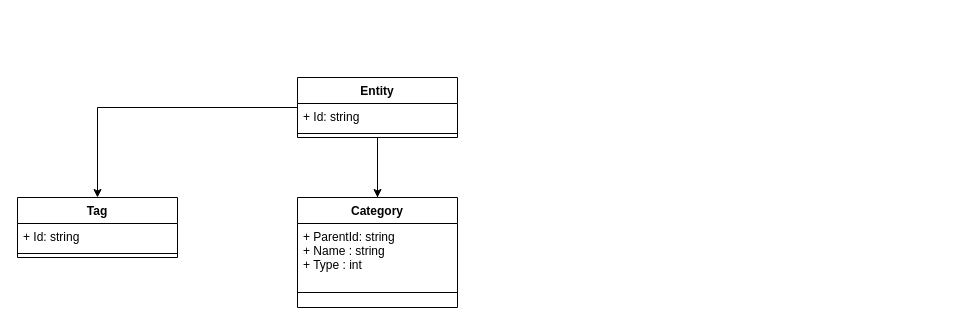
The draw.io diagram Untitled Diagram.drawio in KovalevichArtjom/rovensys, before the edit. Source tidied: cells renumbered, new cells numbered last; positions are measured from the earlier drawing's top-left corner, leaving out a move shared by most shapes. Both pictures are drawn from the tidied source at 100%, with x=0, y=0 at pixel (17, 77).
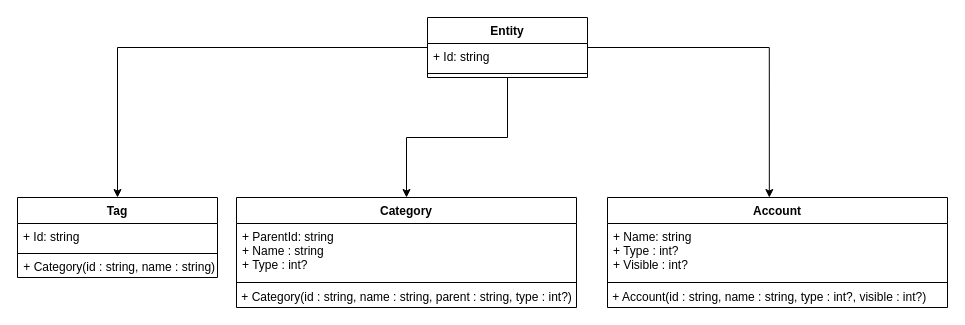
Above is the later version.

The edit, as a diff of the source:
```diff
@@
 <mxGraphModel>
   <root>
     <mxCell id="0" />
     <mxCell id="1" parent="0" />
     <mxCell id="2" style="edgeStyle=orthogonalEdgeStyle;rounded=0;jettySize=auto;html=1;" parent="1" edge="1" source="5" target="8">
       <mxGeometry relative="1" as="geometry" />
     </mxCell>
     <mxCell id="3" style="edgeStyle=orthogonalEdgeStyle;rounded=0;jettySize=auto;html=1;" parent="1" edge="1" source="5" target="11">
       <mxGeometry relative="1" as="geometry" />
     </mxCell>
-    <mxCell id="4" style="edgeStyle=orthogonalEdgeStyle;rounded=0;jettySize=auto;html=1;" parent="1" edge="1" source="5">
-      <mxGeometry relative="1" as="geometry">
-        <mxPoint x="360" y="140" as="targetPoint" />
-      </mxGeometry>
-    </mxCell>
+    <mxCell id="14" style="edgeStyle=orthogonalEdgeStyle;rounded=0;jettySize=auto;html=1;entryX=0.476;entryY=0;entryDx=0;entryDy=0;entryPerimeter=0;" parent="1" edge="1" source="5" target="17">
+      <mxGeometry relative="1" as="geometry" />
+    </mxCell>
     <mxCell id="5" value="Entity" style="swimlane;fontStyle=1;align=center;verticalAlign=top;horizontal=1;startSize=26;" parent="1" vertex="1">
-      <mxGeometry x="280" width="160" height="60" as="geometry" />
+      <mxGeometry x="410" y="-60" width="160" height="60" as="geometry" />
     </mxCell>
     <mxCell id="6" value="+ Id: string" style="text;strokeColor=none;fillColor=none;align=left;verticalAlign=top;spacingLeft=4;spacingRight=4;overflow=hidden;" parent="5" vertex="1">
       <mxGeometry y="26" width="160" height="26" as="geometry" />
     </mxCell>
     <mxCell id="7" style="line;strokeWidth=1;fillColor=none;align=left;verticalAlign=middle;spacingTop=-1;spacingLeft=3;spacingRight=3;labelPosition=right;" parent="5" vertex="1">
       <mxGeometry y="52" width="160" height="8" as="geometry" />
     </mxCell>
     <mxCell id="8" value="Tag" style="swimlane;fontStyle=1;align=center;verticalAlign=top;horizontal=1;startSize=26;" parent="1" vertex="1">
-      <mxGeometry y="120" width="160" height="60" as="geometry" />
+      <mxGeometry y="120" width="200" height="80" as="geometry" />
     </mxCell>
     <mxCell id="9" value="+ Id: string" style="text;strokeColor=none;fillColor=none;align=left;verticalAlign=top;spacingLeft=4;spacingRight=4;overflow=hidden;" parent="8" vertex="1">
-      <mxGeometry y="26" width="160" height="26" as="geometry" />
+      <mxGeometry y="26" width="200" height="26" as="geometry" />
     </mxCell>
     <mxCell id="10" style="line;strokeWidth=1;fillColor=none;align=left;verticalAlign=middle;spacingTop=-1;spacingLeft=3;spacingRight=3;labelPosition=right;" parent="8" vertex="1">
-      <mxGeometry y="52" width="160" height="8" as="geometry" />
+      <mxGeometry y="52" width="200" height="8" as="geometry" />
     </mxCell>
+    <mxCell id="15" value="&lt;div align=&quot;left&quot;&gt;&amp;nbsp;+ Category(id : string, name : string)&lt;/div&gt;" style="text;html=1;align=center;verticalAlign=middle;strokeColor=none;fillColor=none;" parent="8" vertex="1">
+      <mxGeometry y="60" width="200" height="20" as="geometry" />
+    </mxCell>
     <mxCell id="11" value="Category" style="swimlane;fontStyle=1;align=center;verticalAlign=top;horizontal=1;startSize=26;" parent="1" vertex="1">
-      <mxGeometry x="280" y="120" width="160" height="110" as="geometry" />
+      <mxGeometry x="219" y="120" width="340" height="110" as="geometry" />
     </mxCell>
-    <mxCell id="12" value="+ ParentId: string&#10;+ Name : string&#10;+ Type : int" style="text;strokeColor=none;fillColor=none;align=left;verticalAlign=top;spacingLeft=4;spacingRight=4;overflow=hidden;" parent="11" vertex="1">
-      <mxGeometry y="26" width="160" height="54" as="geometry" />
+    <mxCell id="12" value="+ ParentId: string&#10;+ Name : string&#10;+ Type : int?" style="text;strokeColor=none;fillColor=none;align=left;verticalAlign=top;spacingLeft=4;spacingRight=4;overflow=hidden;" parent="11" vertex="1">
+      <mxGeometry y="26" width="340" height="54" as="geometry" />
     </mxCell>
     <mxCell id="13" style="line;strokeWidth=1;fillColor=none;align=left;verticalAlign=middle;spacingTop=-1;spacingLeft=3;spacingRight=3;labelPosition=right;" parent="11" vertex="1">
-      <mxGeometry y="80" width="160" height="30" as="geometry" />
+      <mxGeometry y="80" width="340" height="10" as="geometry" />
     </mxCell>
+    <mxCell id="16" value="&lt;div align=&quot;left&quot;&gt;&amp;nbsp;+ Category(id : string, name : string, parent : string, type : int?)&lt;/div&gt;" style="text;html=1;align=left;verticalAlign=middle;strokeColor=none;fillColor=none;" parent="11" vertex="1">
+      <mxGeometry y="90" width="340" height="20" as="geometry" />
+    </mxCell>
+    <mxCell id="17" value="Account" style="swimlane;fontStyle=1;align=center;verticalAlign=top;horizontal=1;startSize=26;" parent="1" vertex="1">
+      <mxGeometry x="590" y="120" width="340" height="110" as="geometry" />
+    </mxCell>
+    <mxCell id="18" value="+ Name: string&#10;+ Type : int?&#10;+ Visible : int?" style="text;strokeColor=none;fillColor=none;align=left;verticalAlign=top;spacingLeft=4;spacingRight=4;overflow=hidden;" parent="17" vertex="1">
+      <mxGeometry y="26" width="340" height="54" as="geometry" />
+    </mxCell>
+    <mxCell id="19" style="line;strokeWidth=1;fillColor=none;align=left;verticalAlign=middle;spacingTop=-1;spacingLeft=3;spacingRight=3;labelPosition=right;" parent="17" vertex="1">
+      <mxGeometry y="80" width="340" height="10" as="geometry" />
+    </mxCell>
+    <mxCell id="20" value="&lt;div align=&quot;left&quot;&gt;&amp;nbsp;+ Account(id : string, name : string, type : int?, visible : int?)&lt;/div&gt;" style="text;html=1;align=left;verticalAlign=middle;strokeColor=none;fillColor=none;" parent="17" vertex="1">
+      <mxGeometry y="90" width="340" height="20" as="geometry" />
+    </mxCell>
   </root>
 </mxGraphModel>
```
